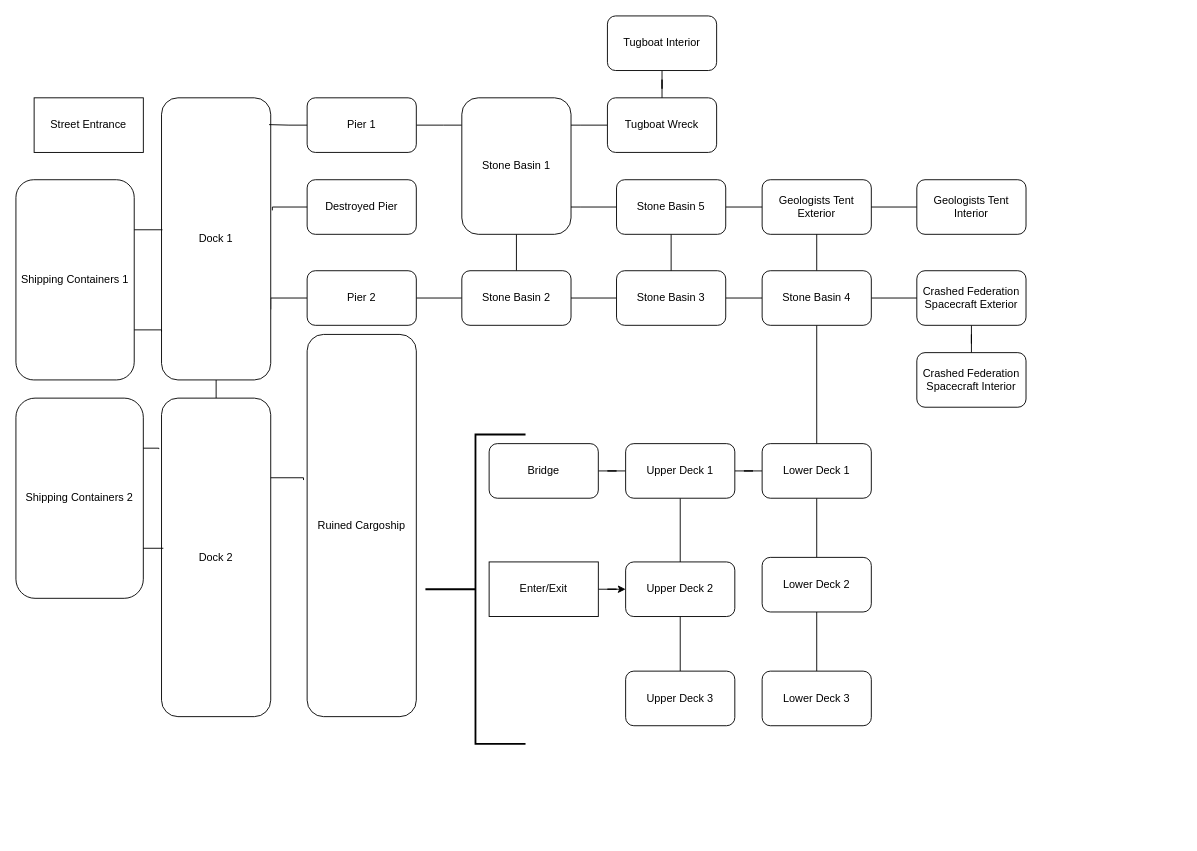
Before: Warf.drawio in michaelm142/Stick-Figure-Game, a draw.io diagram. Source tidied: cells renumbered, new cells numbered last; positions are measured from the earlier drawing's top-left corner, leaving out a move shared by most shapes. Both pictures are drawn from the tidied source at 91%, with x=0, y=0 at pixel (15, 15).
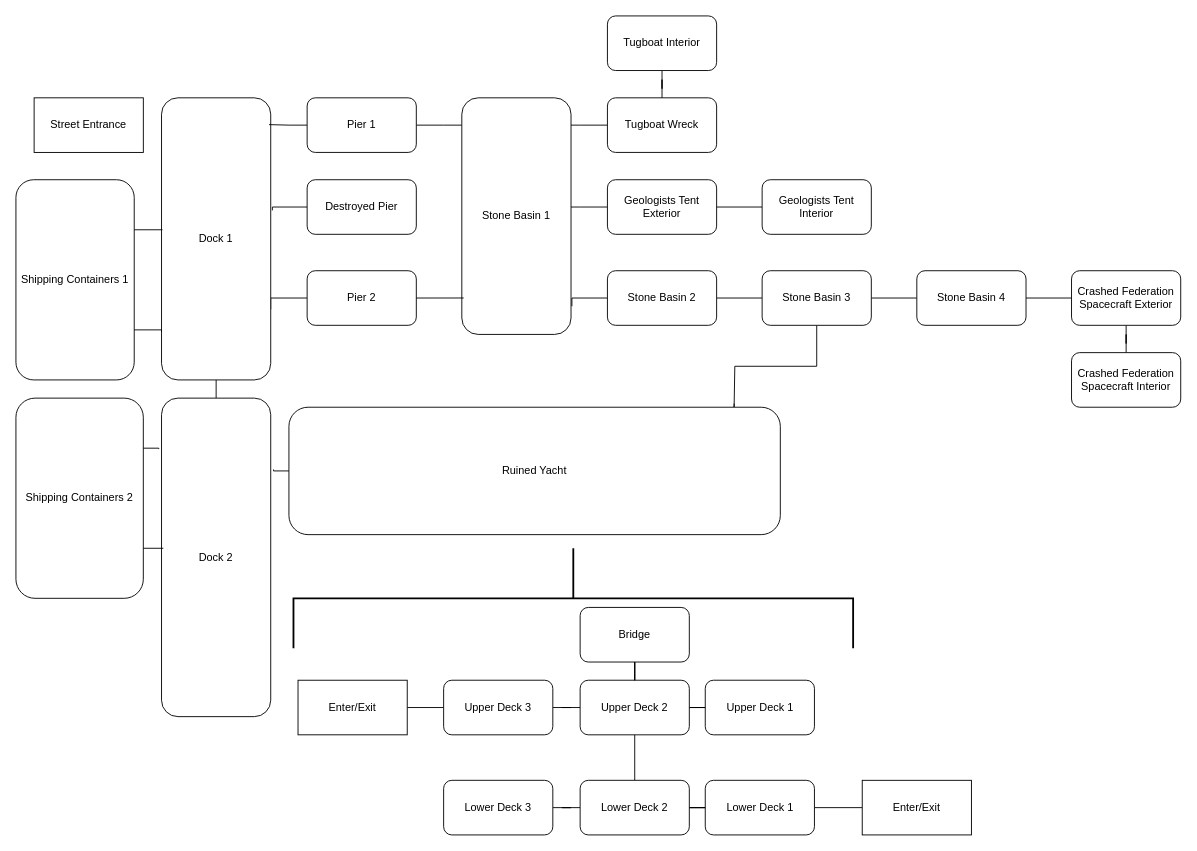
The same page after the edit.

Commit message (it also covers changes not shown here):
Shipping Container 1 location blocking

The change refers to these unchanged cells:
```xml
<mxCell id="14" value="Pier 2" style="whiteSpace=wrap;html=1;rounded=1;" parent="1" vertex="1">
  <mxGeometry x="320" y="280" width="120" height="60" as="geometry" />
</mxCell>
<mxCell id="21" value="Dock 2" style="rounded=1;whiteSpace=wrap;html=1;" parent="1" vertex="1">
  <mxGeometry x="160" y="420" width="120" height="350" as="geometry" />
</mxCell>
```

The edit, as a diff of the source:
```diff
@@
-    <mxCell id="9" style="edgeStyle=orthogonalEdgeStyle;rounded=0;jettySize=auto;html=1;exitX=0.5;exitY=1;exitDx=0;exitDy=0;entryX=0.5;entryY=0;entryDx=0;entryDy=0;endArrow=none;endFill=0;" parent="1" edge="1" source="10" target="17">
-      <mxGeometry relative="1" as="geometry" />
-    </mxCell>
     <mxCell id="10" value="Stone Basin 1" style="whiteSpace=wrap;html=1;rounded=1;" parent="1" vertex="1">
-      <mxGeometry x="490" y="90" width="120" height="150" as="geometry" />
+      <mxGeometry x="490" y="90" width="120" height="260" as="geometry" />
     </mxCell>
@@
-    <mxCell id="13" style="edgeStyle=orthogonalEdgeStyle;rounded=0;jettySize=auto;html=1;endArrow=none;endFill=0;" parent="1" edge="1" source="14" target="17">
-      <mxGeometry relative="1" as="geometry" />
-    </mxCell>
@@
-    <mxCell id="16" style="edgeStyle=orthogonalEdgeStyle;rounded=0;jettySize=auto;html=1;endArrow=none;endFill=0;" parent="1" edge="1" source="17" target="19">
-      <mxGeometry relative="1" as="geometry" />
-    </mxCell>
-    <mxCell id="17" value="Stone Basin 2" style="whiteSpace=wrap;html=1;rounded=1;" parent="1" vertex="1">
-      <mxGeometry x="490" y="280" width="120" height="60" as="geometry" />
-    </mxCell>
@@
-    <mxCell id="19" value="Stone Basin 3" style="whiteSpace=wrap;html=1;rounded=1;" parent="1" vertex="1">
-      <mxGeometry x="660" y="280" width="120" height="60" as="geometry" />
+    <mxCell id="19" value="Stone Basin 2" style="whiteSpace=wrap;html=1;rounded=1;" parent="1" vertex="1">
+      <mxGeometry x="650" y="280" width="120" height="60" as="geometry" />
     </mxCell>
+    <mxCell id="62" style="edgeStyle=orthogonalEdgeStyle;rounded=0;jettySize=auto;html=1;exitX=0.906;exitY=-0.029;exitDx=0;exitDy=0;entryX=0.5;entryY=1;entryDx=0;entryDy=0;endArrow=none;endFill=0;exitPerimeter=0;" parent="1" edge="1" source="20" target="54">
+      <mxGeometry relative="1" as="geometry">
+        <Array as="points">
+          <mxPoint x="789" y="430" />
+          <mxPoint x="790" y="385" />
+          <mxPoint x="880" y="385" />
+        </Array>
+      </mxGeometry>
+    </mxCell>
-    <mxCell id="20" value="Ruined Cargoship" style="whiteSpace=wrap;html=1;rounded=1;" parent="1" vertex="1">
-      <mxGeometry x="320" y="350" width="120" height="420" as="geometry" />
+    <mxCell id="20" value="Ruined Yacht" style="whiteSpace=wrap;html=1;rounded=1;" parent="1" vertex="1">
+      <mxGeometry x="300" y="430" width="540" height="140" as="geometry" />
     </mxCell>
@@
-    <mxCell id="25" style="edgeStyle=orthogonalEdgeStyle;rounded=0;jettySize=auto;html=1;exitX=1;exitY=0.25;exitDx=0;exitDy=0;entryX=-0.033;entryY=0.381;entryDx=0;entryDy=0;entryPerimeter=0;endArrow=none;endFill=0;" parent="1" edge="1" source="21" target="20">
-      <mxGeometry relative="1" as="geometry" />
-    </mxCell>
@@
-    <mxCell id="30" style="strokeWidth=2;html=1;shape=mxgraph.flowchart.annotation_2;align=left;labelPosition=right;" parent="1" vertex="1">
-      <mxGeometry x="450" y="460" width="110" height="340" as="geometry" />
+    <mxCell id="30" style="strokeWidth=2;html=1;shape=mxgraph.flowchart.annotation_2;align=left;labelPosition=right;rotation=90;" parent="1" vertex="1">
+      <mxGeometry x="557.5" y="332.5" width="110" height="615" as="geometry" />
     </mxCell>
-    <mxCell id="31" style="edgeStyle=orthogonalEdgeStyle;rounded=0;jettySize=auto;html=1;" parent="1" edge="1" source="32" target="35">
-      <mxGeometry relative="1" as="geometry" />
-    </mxCell>
+    <mxCell id="63" style="edgeStyle=orthogonalEdgeStyle;rounded=0;jettySize=auto;html=1;endArrow=none;endFill=0;" parent="1" edge="1" source="32" target="39">
+      <mxGeometry relative="1" as="geometry" />
+    </mxCell>
     <mxCell id="32" value="Enter/Exit" style="rounded=0;whiteSpace=wrap;html=1;" parent="1" vertex="1">
-      <mxGeometry x="520" y="600" width="120" height="60" as="geometry" />
+      <mxGeometry x="310" y="730" width="120" height="60" as="geometry" />
     </mxCell>
@@
+    <mxCell id="64" style="edgeStyle=orthogonalEdgeStyle;rounded=0;jettySize=auto;html=1;endArrow=none;endFill=0;" parent="1" edge="1" source="35" target="44">
+      <mxGeometry relative="1" as="geometry" />
+    </mxCell>
     <mxCell id="35" value="Upper Deck 2" style="rounded=1;whiteSpace=wrap;html=1;" parent="1" vertex="1">
-      <mxGeometry x="670" y="600" width="120" height="60" as="geometry" />
+      <mxGeometry x="620" y="730" width="120" height="60" as="geometry" />
     </mxCell>
-    <mxCell id="36" style="edgeStyle=orthogonalEdgeStyle;rounded=0;jettySize=auto;html=1;endArrow=none;endFill=0;" parent="1" edge="1" source="38" target="42">
-      <mxGeometry relative="1" as="geometry" />
-    </mxCell>
-    <mxCell id="37" style="edgeStyle=orthogonalEdgeStyle;rounded=0;jettySize=auto;html=1;endArrow=none;endFill=0;" parent="1" edge="1" source="38" target="46">
-      <mxGeometry relative="1" as="geometry" />
-    </mxCell>
     <mxCell id="38" value="Upper Deck 1" style="whiteSpace=wrap;html=1;rounded=1;" parent="1" vertex="1">
-      <mxGeometry x="670" y="470" width="120" height="60" as="geometry" />
+      <mxGeometry x="757.5" y="730" width="120" height="60" as="geometry" />
     </mxCell>
     <mxCell id="39" value="Upper Deck 3" style="whiteSpace=wrap;html=1;rounded=1;" parent="1" vertex="1">
-      <mxGeometry x="670" y="720" width="120" height="60" as="geometry" />
+      <mxGeometry x="470" y="730" width="120" height="60" as="geometry" />
     </mxCell>
@@
-    <mxCell id="41" style="edgeStyle=orthogonalEdgeStyle;rounded=0;jettySize=auto;html=1;endArrow=none;endFill=0;" parent="1" edge="1" source="42" target="54">
-      <mxGeometry relative="1" as="geometry" />
-    </mxCell>
+    <mxCell id="65" style="edgeStyle=orthogonalEdgeStyle;rounded=0;jettySize=auto;html=1;endArrow=none;endFill=0;" parent="1" edge="1" source="42" target="71">
+      <mxGeometry relative="1" as="geometry" />
+    </mxCell>
     <mxCell id="42" value="Lower Deck 1" style="whiteSpace=wrap;html=1;rounded=1;" parent="1" vertex="1">
-      <mxGeometry x="820" y="470" width="120" height="60" as="geometry" />
+      <mxGeometry x="757.5" y="840" width="120" height="60" as="geometry" />
     </mxCell>
@@
     <mxCell id="44" value="Lower Deck 2" style="whiteSpace=wrap;html=1;rounded=1;" parent="1" vertex="1">
-      <mxGeometry x="820" y="595" width="120" height="60" as="geometry" />
+      <mxGeometry x="620" y="840" width="120" height="60" as="geometry" />
     </mxCell>
     <mxCell id="45" value="Lower Deck 3" style="whiteSpace=wrap;html=1;rounded=1;" parent="1" vertex="1">
-      <mxGeometry x="820" y="720" width="120" height="60" as="geometry" />
+      <mxGeometry x="470" y="840" width="120" height="60" as="geometry" />
     </mxCell>
+    <mxCell id="66" style="edgeStyle=orthogonalEdgeStyle;rounded=0;jettySize=auto;html=1;endArrow=none;endFill=0;" parent="1" edge="1" source="46" target="35">
+      <mxGeometry relative="1" as="geometry" />
+    </mxCell>
     <mxCell id="46" value="Bridge" style="whiteSpace=wrap;html=1;rounded=1;" parent="1" vertex="1">
-      <mxGeometry x="520" y="470" width="120" height="60" as="geometry" />
+      <mxGeometry x="620" y="650" width="120" height="60" as="geometry" />
     </mxCell>
@@
     <mxCell id="48" value="Crashed Federation Spacecraft Exterior" style="whiteSpace=wrap;html=1;rounded=1;" parent="1" vertex="1">
-      <mxGeometry x="990" y="280" width="120" height="60" as="geometry" />
+      <mxGeometry x="1160" y="280" width="120" height="60" as="geometry" />
     </mxCell>
+    <mxCell id="67" style="edgeStyle=orthogonalEdgeStyle;rounded=0;jettySize=auto;html=1;endArrow=none;endFill=0;" parent="1" edge="1" source="49" target="10">
+      <mxGeometry relative="1" as="geometry">
+        <Array as="points">
+          <mxPoint x="620" y="210" />
+          <mxPoint x="620" y="210" />
+        </Array>
+      </mxGeometry>
+    </mxCell>
     <mxCell id="49" value="Geologists Tent Exterior" style="whiteSpace=wrap;html=1;rounded=1;" parent="1" vertex="1">
-      <mxGeometry x="820" y="180" width="120" height="60" as="geometry" />
+      <mxGeometry x="650" y="180" width="120" height="60" as="geometry" />
     </mxCell>
@@
     <mxCell id="51" value="Geologists Tent Interior" style="whiteSpace=wrap;html=1;rounded=1;" parent="1" vertex="1">
-      <mxGeometry x="990" y="180" width="120" height="60" as="geometry" />
+      <mxGeometry x="820" y="180" width="120" height="60" as="geometry" />
     </mxCell>
-    <mxCell id="52" style="edgeStyle=orthogonalEdgeStyle;rounded=0;jettySize=auto;html=1;endArrow=none;endFill=0;" parent="1" edge="1" source="54" target="49">
-      <mxGeometry relative="1" as="geometry" />
-    </mxCell>
-    <mxCell id="53" style="edgeStyle=orthogonalEdgeStyle;rounded=0;jettySize=auto;html=1;endArrow=none;endFill=0;" parent="1" edge="1" source="54" target="48">
-      <mxGeometry relative="1" as="geometry" />
-    </mxCell>
+    <mxCell id="68" style="edgeStyle=orthogonalEdgeStyle;rounded=0;jettySize=auto;html=1;endArrow=none;endFill=0;" parent="1" edge="1" source="54" target="59">
+      <mxGeometry relative="1" as="geometry" />
+    </mxCell>
-    <mxCell id="54" value="Stone Basin 4" style="whiteSpace=wrap;html=1;rounded=1;" parent="1" vertex="1">
+    <mxCell id="54" value="Stone Basin 3" style="whiteSpace=wrap;html=1;rounded=1;" parent="1" vertex="1">
       <mxGeometry x="820" y="280" width="120" height="60" as="geometry" />
     </mxCell>
     <mxCell id="55" value="Crashed Federation Spacecraft Interior" style="whiteSpace=wrap;html=1;rounded=1;" parent="1" vertex="1">
-      <mxGeometry x="990" y="370" width="120" height="60" as="geometry" />
+      <mxGeometry x="1160" y="370" width="120" height="60" as="geometry" />
     </mxCell>
-    <mxCell id="56" style="edgeStyle=orthogonalEdgeStyle;rounded=0;jettySize=auto;html=1;endArrow=none;endFill=0;" parent="1" edge="1" source="59" target="49">
-      <mxGeometry relative="1" as="geometry" />
-    </mxCell>
-    <mxCell id="57" style="edgeStyle=orthogonalEdgeStyle;rounded=0;jettySize=auto;html=1;endArrow=none;endFill=0;" parent="1" edge="1" source="59" target="10">
-      <mxGeometry relative="1" as="geometry">
-        <Array as="points">
-          <mxPoint x="620" y="210" />
-          <mxPoint x="620" y="210" />
-        </Array>
-      </mxGeometry>
-    </mxCell>
-    <mxCell id="58" style="edgeStyle=orthogonalEdgeStyle;rounded=0;jettySize=auto;html=1;endArrow=none;endFill=0;" parent="1" edge="1" source="59" target="19">
-      <mxGeometry relative="1" as="geometry" />
-    </mxCell>
+    <mxCell id="69" style="edgeStyle=orthogonalEdgeStyle;rounded=0;jettySize=auto;html=1;endArrow=none;endFill=0;" parent="1" edge="1" source="59" target="48">
+      <mxGeometry relative="1" as="geometry" />
+    </mxCell>
-    <mxCell id="59" value="Stone Basin 5" style="whiteSpace=wrap;html=1;rounded=1;" parent="1" vertex="1">
-      <mxGeometry x="660" y="180" width="120" height="60" as="geometry" />
+    <mxCell id="59" value="Stone Basin 4" style="whiteSpace=wrap;html=1;rounded=1;" parent="1" vertex="1">
+      <mxGeometry x="990" y="280" width="120" height="60" as="geometry" />
     </mxCell>
@@
+    <mxCell id="70" style="edgeStyle=orthogonalEdgeStyle;rounded=0;jettySize=auto;html=1;exitX=0;exitY=0.5;exitDx=0;exitDy=0;entryX=1.026;entryY=0.224;entryDx=0;entryDy=0;entryPerimeter=0;endArrow=none;endFill=0;" parent="1" edge="1" source="20" target="21">
+      <mxGeometry relative="1" as="geometry" />
+    </mxCell>
+    <mxCell id="71" value="Enter/Exit" style="rounded=0;whiteSpace=wrap;html=1;" parent="1" vertex="1">
+      <mxGeometry x="930" y="840" width="120" height="60" as="geometry" />
+    </mxCell>
+    <mxCell id="72" style="edgeStyle=orthogonalEdgeStyle;rounded=0;jettySize=auto;html=1;exitX=1;exitY=0.5;exitDx=0;exitDy=0;entryX=0.017;entryY=0.846;entryDx=0;entryDy=0;entryPerimeter=0;endArrow=none;endFill=0;" parent="1" edge="1" source="14" target="10">
+      <mxGeometry relative="1" as="geometry" />
+    </mxCell>
+    <mxCell id="73" style="edgeStyle=orthogonalEdgeStyle;rounded=0;jettySize=auto;html=1;exitX=0;exitY=0.5;exitDx=0;exitDy=0;entryX=1.008;entryY=0.881;entryDx=0;entryDy=0;entryPerimeter=0;endArrow=none;endFill=0;" parent="1" edge="1" source="19" target="10">
+      <mxGeometry relative="1" as="geometry">
+        <Array as="points">
+          <mxPoint x="611" y="310" />
+        </Array>
+      </mxGeometry>
+    </mxCell>
```
